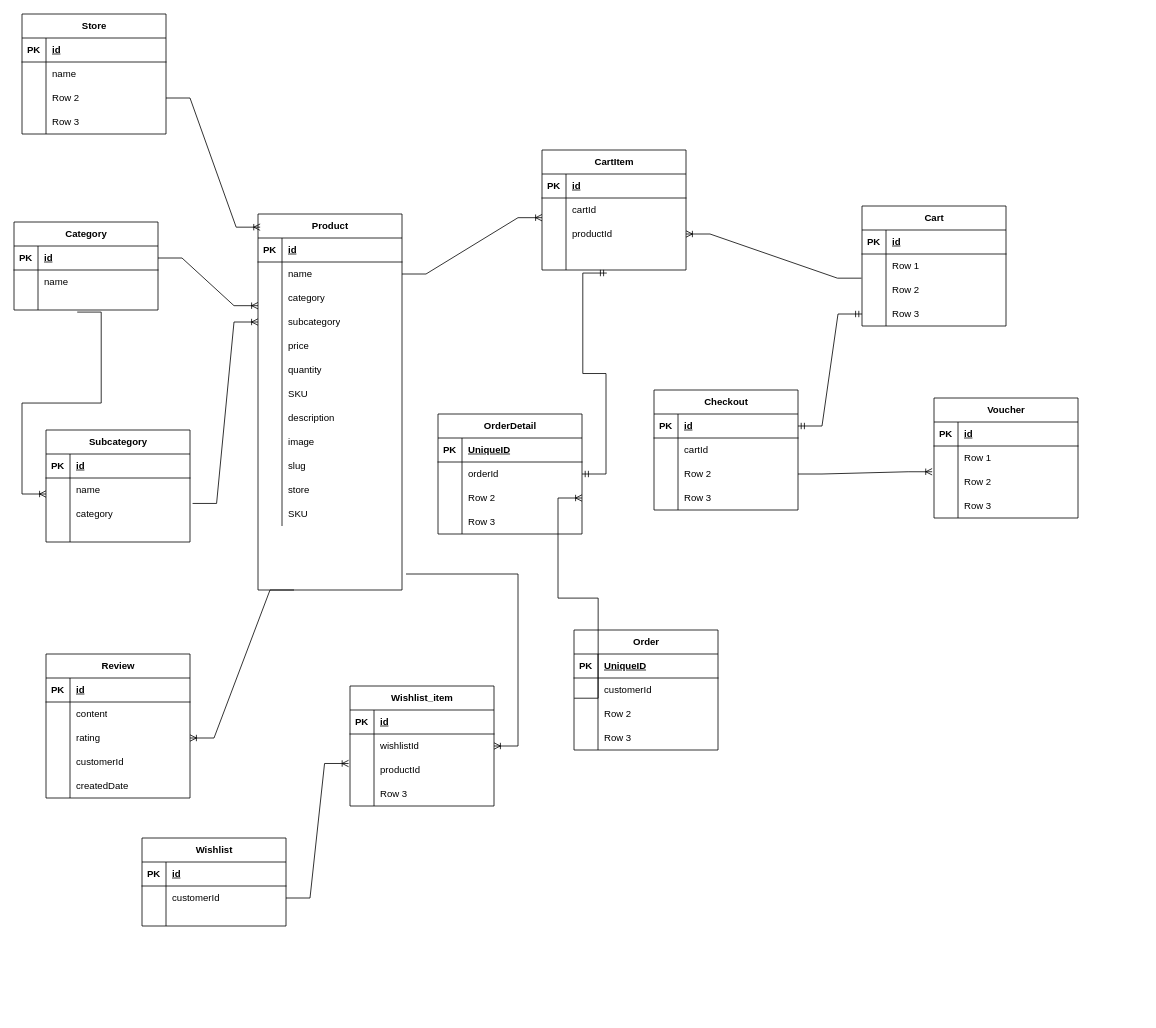
pdcthanh112/MyDream keeps this draw.io diagram as backend/app/Entity Diagram.drawio. Above is the earlier version. Source tidied: cells renumbered, new cells numbered last; positions are measured from the earlier drawing's top-left corner, leaving out a move shared by most shapes. Both pictures are drawn from the tidied source at 80%, with x=0, y=0 at pixel (-378, 14).
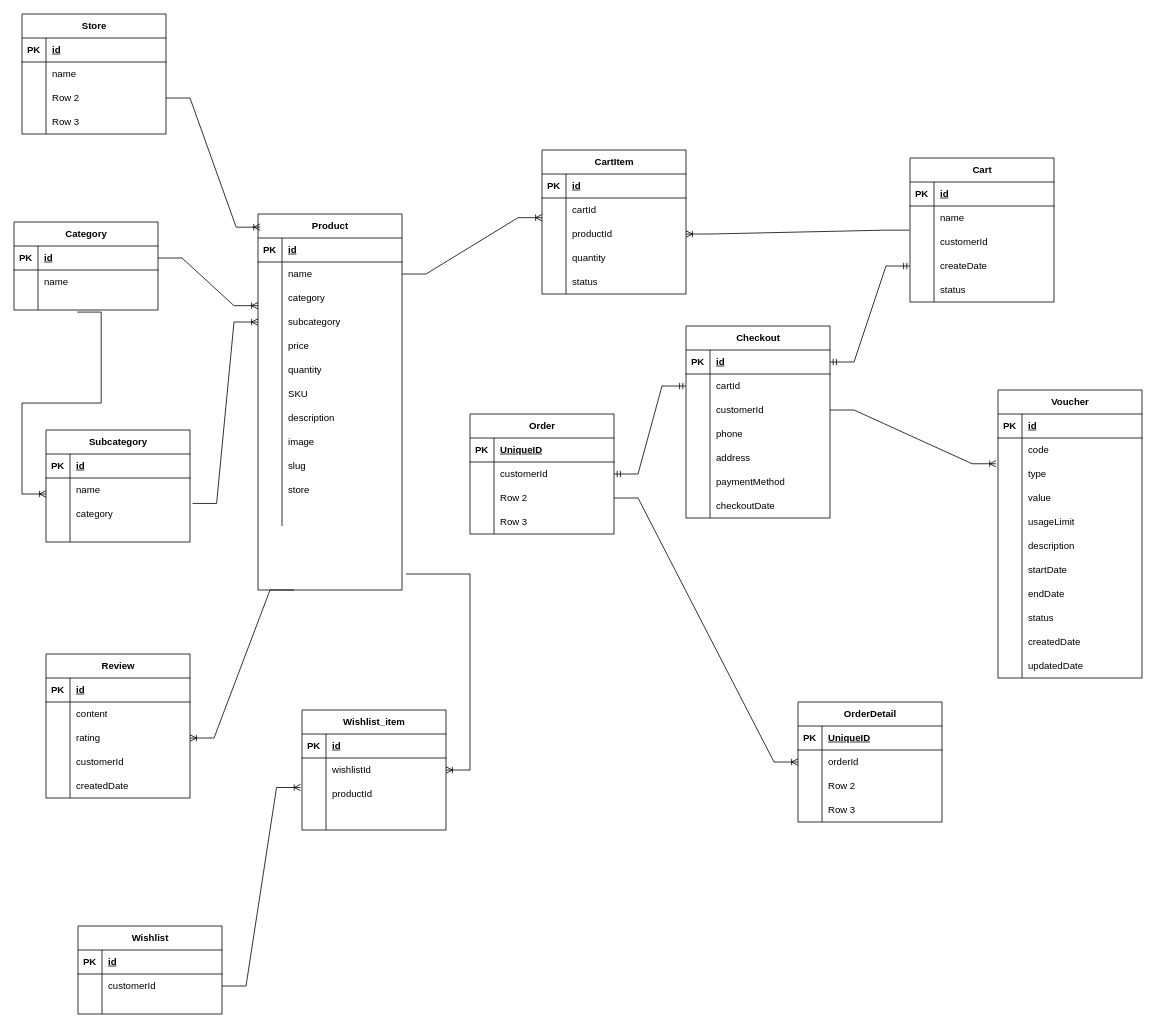
The same page after the edit.

Unchanged cells that the change refers to:
```xml
<mxCell id="36" style="shape=tableRow;horizontal=0;startSize=0;swimlaneHead=0;swimlaneBody=0;fillColor=none;top=0;left=0;right=0;bottom=0;" parent="2" vertex="1">
  <mxGeometry y="360" width="180" height="30" as="geometry" />
</mxCell>
<mxCell id="66" style="shape=tableRow;horizontal=0;startSize=0;swimlaneHead=0;swimlaneBody=0;fillColor=none;top=0;left=0;right=0;bottom=0;" parent="62" vertex="1">
  <mxGeometry y="60" width="180" height="30" as="geometry" />
</mxCell>
<mxCell id="69" style="shape=tableRow;horizontal=0;startSize=0;swimlaneHead=0;swimlaneBody=0;fillColor=none;points=[[0,0.5],[1,0.5]];portConstraint=eastwest;top=0;left=0;right=0;bottom=0;" parent="62" vertex="1">
  <mxGeometry y="90" width="180" height="30" as="geometry" />
</mxCell>
<mxCell id="72" style="shape=tableRow;horizontal=0;startSize=0;swimlaneHead=0;swimlaneBody=0;fillColor=none;points=[[0,0.5],[1,0.5]];portConstraint=eastwest;top=0;left=0;right=0;bottom=0;" parent="62" vertex="1">
  <mxGeometry y="120" width="180" height="30" as="geometry" />
</mxCell>
<mxCell id="85" style="shape=tableRow;horizontal=0;startSize=0;swimlaneHead=0;swimlaneBody=0;fillColor=none;points=[[0,0.5],[1,0.5]];portConstraint=eastwest;top=0;left=0;right=0;bottom=0;" parent="75" vertex="1">
  <mxGeometry y="120" width="180" height="30" as="geometry" />
</mxCell>
<mxCell id="92" style="shape=tableRow;horizontal=0;startSize=0;swimlaneHead=0;swimlaneBody=0;fillColor=none;points=[[0,0.5],[1,0.5]];portConstraint=eastwest;top=0;left=0;right=0;bottom=0;" parent="88" vertex="1">
  <mxGeometry y="60" width="180" height="30" as="geometry" />
</mxCell>
<mxCell id="95" style="shape=tableRow;horizontal=0;startSize=0;swimlaneHead=0;swimlaneBody=0;fillColor=none;points=[[0,0.5],[1,0.5]];portConstraint=eastwest;top=0;left=0;right=0;bottom=0;" parent="88" vertex="1">
  <mxGeometry y="90" width="180" height="30" as="geometry" />
</mxCell>
<mxCell id="98" style="shape=tableRow;horizontal=0;startSize=0;swimlaneHead=0;swimlaneBody=0;fillColor=none;top=0;left=0;right=0;bottom=0;" parent="88" vertex="1">
  <mxGeometry y="120" width="180" height="30" as="geometry" />
</mxCell>
<mxCell id="105" style="shape=tableRow;horizontal=0;startSize=0;swimlaneHead=0;swimlaneBody=0;fillColor=none;points=[[0,0.5],[1,0.5]];portConstraint=eastwest;top=0;left=0;right=0;bottom=0;" parent="101" vertex="1">
  <mxGeometry y="60" width="180" height="30" as="geometry" />
</mxCell>
<mxCell id="108" style="shape=tableRow;horizontal=0;startSize=0;swimlaneHead=0;swimlaneBody=0;fillColor=none;points=[[0,0.5],[1,0.5]];portConstraint=eastwest;top=0;left=0;right=0;bottom=0;" parent="101" vertex="1">
  <mxGeometry y="90" width="180" height="30" as="geometry" />
</mxCell>
<mxCell id="118" style="shape=tableRow;horizontal=0;startSize=0;swimlaneHead=0;swimlaneBody=0;fillColor=none;points=[[0,0.5],[1,0.5]];portConstraint=eastwest;top=0;left=0;right=0;bottom=0;" parent="114" vertex="1">
  <mxGeometry y="60" width="180" height="30" as="geometry" />
</mxCell>
<mxCell id="121" style="shape=tableRow;horizontal=0;startSize=0;swimlaneHead=0;swimlaneBody=0;fillColor=none;points=[[0,0.5],[1,0.5]];portConstraint=eastwest;top=0;left=0;right=0;bottom=0;" parent="114" vertex="1">
  <mxGeometry y="90" width="180" height="30" as="geometry" />
</mxCell>
<mxCell id="136" style="shape=tableRow;horizontal=0;startSize=0;swimlaneHead=0;swimlaneBody=0;fillColor=none;points=[[0,0.5],[1,0.5]];portConstraint=eastwest;top=0;left=0;right=0;bottom=0;" parent="132" vertex="1">
  <mxGeometry y="60" width="180" height="30" as="geometry" />
</mxCell>
<mxCell id="139" style="shape=tableRow;horizontal=0;startSize=0;swimlaneHead=0;swimlaneBody=0;fillColor=none;top=0;left=0;right=0;bottom=0;" parent="132" vertex="1">
  <mxGeometry y="90" width="180" height="30" as="geometry" />
</mxCell>
<mxCell id="142" style="shape=tableRow;horizontal=0;startSize=0;swimlaneHead=0;swimlaneBody=0;fillColor=none;top=0;left=0;right=0;bottom=0;" parent="132" vertex="1">
  <mxGeometry y="120" width="180" height="30" as="geometry" />
</mxCell>
<mxCell id="186" style="shape=tableRow;horizontal=0;startSize=0;swimlaneHead=0;swimlaneBody=0;fillColor=none;top=0;left=0;right=0;bottom=0;" parent="176" vertex="1">
  <mxGeometry y="120" width="180" height="30" as="geometry" />
</mxCell>
```

Diff of the diagram source:
```diff
@@
-    <mxCell id="38" value="SKU" style="shape=partialRectangle;fillColor=none;top=0;left=0;bottom=0;right=0;align=left;spacingLeft=6;overflow=hidden;whiteSpace=wrap;html=1;" parent="36" vertex="1">
+    <mxCell id="38" style="shape=partialRectangle;fillColor=none;top=0;left=0;bottom=0;right=0;align=left;spacingLeft=6;overflow=hidden;whiteSpace=wrap;html=1;" parent="36" vertex="1">
       <mxGeometry x="30" width="150" height="30" as="geometry" />
     </mxCell>
@@
     <mxCell id="62" value="Cart" style="shape=table;startSize=30;childLayout=tableLayout;rowLines=0;fontStyle=1;align=center;html=1;" parent="1" vertex="1">
-      <mxGeometry x="1550" y="240" width="180" height="150" as="geometry" />
+      <mxGeometry x="1610" y="180" width="180" height="180" as="geometry" />
     </mxCell>
@@
-    <mxCell id="68" value="Row 1" style="shape=partialRectangle;fillColor=none;top=0;left=0;bottom=0;right=0;align=left;spacingLeft=6;overflow=hidden;whiteSpace=wrap;html=1;" parent="66" vertex="1">
+    <mxCell id="68" value="name" style="shape=partialRectangle;fillColor=none;top=0;left=0;bottom=0;right=0;align=left;spacingLeft=6;overflow=hidden;whiteSpace=wrap;html=1;" parent="66" vertex="1">
       <mxGeometry x="30" width="150" height="30" as="geometry" />
     </mxCell>
@@
-    <mxCell id="71" value="Row 2" style="shape=partialRectangle;fillColor=none;top=0;left=0;bottom=0;right=0;align=left;spacingLeft=6;overflow=hidden;whiteSpace=wrap;html=1;" parent="69" vertex="1">
+    <mxCell id="71" value="customerId" style="shape=partialRectangle;fillColor=none;top=0;left=0;bottom=0;right=0;align=left;spacingLeft=6;overflow=hidden;whiteSpace=wrap;html=1;" parent="69" vertex="1">
       <mxGeometry x="30" width="150" height="30" as="geometry" />
     </mxCell>
@@
-    <mxCell id="74" value="Row 3" style="shape=partialRectangle;fillColor=none;top=0;left=0;bottom=0;right=0;align=left;spacingLeft=6;overflow=hidden;whiteSpace=wrap;html=1;" parent="72" vertex="1">
+    <mxCell id="74" value="createDate" style="shape=partialRectangle;fillColor=none;top=0;left=0;bottom=0;right=0;align=left;spacingLeft=6;overflow=hidden;whiteSpace=wrap;html=1;" parent="72" vertex="1">
       <mxGeometry x="30" width="150" height="30" as="geometry" />
     </mxCell>
+    <mxCell id="205" style="shape=tableRow;horizontal=0;startSize=0;swimlaneHead=0;swimlaneBody=0;fillColor=none;top=0;left=0;right=0;bottom=0;" parent="62" vertex="1">
+      <mxGeometry y="150" width="180" height="30" as="geometry" />
+    </mxCell>
+    <mxCell id="206" style="shape=partialRectangle;fillColor=none;top=0;left=0;bottom=0;right=0;overflow=hidden;whiteSpace=wrap;html=1;" parent="205" vertex="1">
+      <mxGeometry width="30" height="30" as="geometry" />
+    </mxCell>
+    <mxCell id="207" value="status" style="shape=partialRectangle;fillColor=none;top=0;left=0;bottom=0;right=0;align=left;spacingLeft=6;overflow=hidden;whiteSpace=wrap;html=1;" parent="205" vertex="1">
+      <mxGeometry x="30" width="150" height="30" as="geometry" />
+    </mxCell>
     <mxCell id="75" value="CartItem" style="shape=table;startSize=30;childLayout=tableLayout;rowLines=0;fontStyle=1;align=center;html=1;" parent="1" vertex="1">
-      <mxGeometry x="1150" y="170" width="180" height="150" as="geometry" />
+      <mxGeometry x="1150" y="170" width="180" height="180" as="geometry" />
     </mxCell>
@@
-    <mxCell id="87" style="shape=partialRectangle;fillColor=none;top=0;left=0;bottom=0;right=0;align=left;spacingLeft=6;overflow=hidden;whiteSpace=wrap;html=1;" parent="85" vertex="1">
+    <mxCell id="87" value="quantity" style="shape=partialRectangle;fillColor=none;top=0;left=0;bottom=0;right=0;align=left;spacingLeft=6;overflow=hidden;whiteSpace=wrap;html=1;" parent="85" vertex="1">
       <mxGeometry x="30" width="150" height="30" as="geometry" />
     </mxCell>
+    <mxCell id="208" style="shape=tableRow;horizontal=0;startSize=0;swimlaneHead=0;swimlaneBody=0;fillColor=none;top=0;left=0;right=0;bottom=0;" parent="75" vertex="1">
+      <mxGeometry y="150" width="180" height="30" as="geometry" />
+    </mxCell>
+    <mxCell id="209" style="shape=partialRectangle;fillColor=none;top=0;left=0;bottom=0;right=0;overflow=hidden;whiteSpace=wrap;html=1;" parent="208" vertex="1">
+      <mxGeometry width="30" height="30" as="geometry" />
+    </mxCell>
+    <mxCell id="210" value="status" style="shape=partialRectangle;fillColor=none;top=0;left=0;bottom=0;right=0;align=left;spacingLeft=6;overflow=hidden;whiteSpace=wrap;html=1;" parent="208" vertex="1">
+      <mxGeometry x="30" width="150" height="30" as="geometry" />
+    </mxCell>
     <mxCell id="88" value="Checkout" style="shape=table;startSize=30;childLayout=tableLayout;rowLines=0;fontStyle=1;align=center;html=1;" parent="1" vertex="1">
-      <mxGeometry x="1290" y="470" width="180" height="150" as="geometry" />
+      <mxGeometry x="1330" y="390" width="180" height="240" as="geometry" />
     </mxCell>
@@
-    <mxCell id="97" value="Row 2" style="shape=partialRectangle;fillColor=none;top=0;left=0;bottom=0;right=0;align=left;spacingLeft=6;overflow=hidden;whiteSpace=wrap;html=1;" parent="95" vertex="1">
+    <mxCell id="97" value="customerId" style="shape=partialRectangle;fillColor=none;top=0;left=0;bottom=0;right=0;align=left;spacingLeft=6;overflow=hidden;whiteSpace=wrap;html=1;" parent="95" vertex="1">
       <mxGeometry x="30" width="150" height="30" as="geometry" />
     </mxCell>
@@
-    <mxCell id="100" value="Row 3" style="shape=partialRectangle;fillColor=none;top=0;left=0;bottom=0;right=0;align=left;spacingLeft=6;overflow=hidden;whiteSpace=wrap;html=1;" parent="98" vertex="1">
+    <mxCell id="100" value="phone" style="shape=partialRectangle;fillColor=none;top=0;left=0;bottom=0;right=0;align=left;spacingLeft=6;overflow=hidden;whiteSpace=wrap;html=1;" parent="98" vertex="1">
       <mxGeometry x="30" width="150" height="30" as="geometry" />
     </mxCell>
+    <mxCell id="211" style="shape=tableRow;horizontal=0;startSize=0;swimlaneHead=0;swimlaneBody=0;fillColor=none;top=0;left=0;right=0;bottom=0;" parent="88" vertex="1">
+      <mxGeometry y="150" width="180" height="30" as="geometry" />
+    </mxCell>
+    <mxCell id="212" style="shape=partialRectangle;fillColor=none;top=0;left=0;bottom=0;right=0;overflow=hidden;whiteSpace=wrap;html=1;" parent="211" vertex="1">
+      <mxGeometry width="30" height="30" as="geometry" />
+    </mxCell>
+    <mxCell id="213" value="address" style="shape=partialRectangle;fillColor=none;top=0;left=0;bottom=0;right=0;align=left;spacingLeft=6;overflow=hidden;whiteSpace=wrap;html=1;" parent="211" vertex="1">
+      <mxGeometry x="30" width="150" height="30" as="geometry" />
+    </mxCell>
+    <mxCell id="214" style="shape=tableRow;horizontal=0;startSize=0;swimlaneHead=0;swimlaneBody=0;fillColor=none;top=0;left=0;right=0;bottom=0;" parent="88" vertex="1">
+      <mxGeometry y="180" width="180" height="30" as="geometry" />
+    </mxCell>
+    <mxCell id="215" style="shape=partialRectangle;fillColor=none;top=0;left=0;bottom=0;right=0;overflow=hidden;whiteSpace=wrap;html=1;" parent="214" vertex="1">
+      <mxGeometry width="30" height="30" as="geometry" />
+    </mxCell>
+    <mxCell id="216" value="paymentMethod" style="shape=partialRectangle;fillColor=none;top=0;left=0;bottom=0;right=0;align=left;spacingLeft=6;overflow=hidden;whiteSpace=wrap;html=1;" parent="214" vertex="1">
+      <mxGeometry x="30" width="150" height="30" as="geometry" />
+    </mxCell>
+    <mxCell id="217" style="shape=tableRow;horizontal=0;startSize=0;swimlaneHead=0;swimlaneBody=0;fillColor=none;top=0;left=0;right=0;bottom=0;" parent="88" vertex="1">
+      <mxGeometry y="210" width="180" height="30" as="geometry" />
+    </mxCell>
+    <mxCell id="218" style="shape=partialRectangle;fillColor=none;top=0;left=0;bottom=0;right=0;overflow=hidden;whiteSpace=wrap;html=1;" parent="217" vertex="1">
+      <mxGeometry width="30" height="30" as="geometry" />
+    </mxCell>
+    <mxCell id="219" value="checkoutDate" style="shape=partialRectangle;fillColor=none;top=0;left=0;bottom=0;right=0;align=left;spacingLeft=6;overflow=hidden;whiteSpace=wrap;html=1;" parent="217" vertex="1">
+      <mxGeometry x="30" width="150" height="30" as="geometry" />
+    </mxCell>
     <mxCell id="101" value="Order" style="shape=table;startSize=30;childLayout=tableLayout;rowLines=0;fontStyle=1;align=center;html=1;" parent="1" vertex="1">
-      <mxGeometry x="1190" y="770" width="180" height="150" as="geometry" />
+      <mxGeometry x="1060" y="500" width="180" height="150" as="geometry" />
     </mxCell>
@@
     <mxCell id="114" value="OrderDetail" style="shape=table;startSize=30;childLayout=tableLayout;rowLines=0;fontStyle=1;align=center;html=1;" parent="1" vertex="1">
-      <mxGeometry x="1020" y="500" width="180" height="150" as="geometry" />
+      <mxGeometry x="1470" y="860" width="180" height="150" as="geometry" />
     </mxCell>
@@
-    <mxCell id="131" style="edgeStyle=entityRelationEdgeStyle;fontSize=12;html=1;endArrow=ERoneToMany;rounded=0;exitX=0.001;exitY=0.842;exitDx=0;exitDy=0;entryX=1;entryY=0.5;entryDx=0;entryDy=0;exitPerimeter=0;" parent="1" edge="1" source="105" target="121">
+    <mxCell id="131" style="edgeStyle=entityRelationEdgeStyle;fontSize=12;html=1;endArrow=ERoneToMany;rounded=0;exitX=1;exitY=0.5;exitDx=0;exitDy=0;entryX=0;entryY=0.5;entryDx=0;entryDy=0;" parent="1" edge="1" source="108" target="118">
       <mxGeometry relative="1" as="geometry" />
     </mxCell>
     <mxCell id="132" value="Voucher" style="shape=table;startSize=30;childLayout=tableLayout;rowLines=0;fontStyle=1;align=center;html=1;" parent="1" vertex="1">
-      <mxGeometry x="1640" y="480" width="180" height="150" as="geometry" />
+      <mxGeometry x="1720" y="470" width="180" height="360" as="geometry" />
     </mxCell>
@@
-    <mxCell id="138" value="Row 1" style="shape=partialRectangle;fillColor=none;top=0;left=0;bottom=0;right=0;align=left;spacingLeft=6;overflow=hidden;whiteSpace=wrap;html=1;" parent="136" vertex="1">
+    <mxCell id="138" value="code" style="shape=partialRectangle;fillColor=none;top=0;left=0;bottom=0;right=0;align=left;spacingLeft=6;overflow=hidden;whiteSpace=wrap;html=1;" parent="136" vertex="1">
       <mxGeometry x="30" width="150" height="30" as="geometry" />
     </mxCell>
@@
-    <mxCell id="141" value="Row 2" style="shape=partialRectangle;fillColor=none;top=0;left=0;bottom=0;right=0;align=left;spacingLeft=6;overflow=hidden;whiteSpace=wrap;html=1;" parent="139" vertex="1">
+    <mxCell id="141" value="type" style="shape=partialRectangle;fillColor=none;top=0;left=0;bottom=0;right=0;align=left;spacingLeft=6;overflow=hidden;whiteSpace=wrap;html=1;" parent="139" vertex="1">
       <mxGeometry x="30" width="150" height="30" as="geometry" />
     </mxCell>
@@
-    <mxCell id="144" value="Row 3" style="shape=partialRectangle;fillColor=none;top=0;left=0;bottom=0;right=0;align=left;spacingLeft=6;overflow=hidden;whiteSpace=wrap;html=1;" parent="142" vertex="1">
+    <mxCell id="144" value="value" style="shape=partialRectangle;fillColor=none;top=0;left=0;bottom=0;right=0;align=left;spacingLeft=6;overflow=hidden;whiteSpace=wrap;html=1;" parent="142" vertex="1">
       <mxGeometry x="30" width="150" height="30" as="geometry" />
     </mxCell>
+    <mxCell id="220" style="shape=tableRow;horizontal=0;startSize=0;swimlaneHead=0;swimlaneBody=0;fillColor=none;top=0;left=0;right=0;bottom=0;" parent="132" vertex="1">
+      <mxGeometry y="150" width="180" height="30" as="geometry" />
+    </mxCell>
+    <mxCell id="221" style="shape=partialRectangle;fillColor=none;top=0;left=0;bottom=0;right=0;overflow=hidden;whiteSpace=wrap;html=1;" parent="220" vertex="1">
+      <mxGeometry width="30" height="30" as="geometry" />
+    </mxCell>
+    <mxCell id="222" value="usageLimit" style="shape=partialRectangle;fillColor=none;top=0;left=0;bottom=0;right=0;align=left;spacingLeft=6;overflow=hidden;whiteSpace=wrap;html=1;" parent="220" vertex="1">
+      <mxGeometry x="30" width="150" height="30" as="geometry" />
+    </mxCell>
+    <mxCell id="223" style="shape=tableRow;horizontal=0;startSize=0;swimlaneHead=0;swimlaneBody=0;fillColor=none;top=0;left=0;right=0;bottom=0;" parent="132" vertex="1">
+      <mxGeometry y="180" width="180" height="30" as="geometry" />
+    </mxCell>
+    <mxCell id="224" style="shape=partialRectangle;fillColor=none;top=0;left=0;bottom=0;right=0;overflow=hidden;whiteSpace=wrap;html=1;" parent="223" vertex="1">
+      <mxGeometry width="30" height="30" as="geometry" />
+    </mxCell>
+    <mxCell id="225" value="description" style="shape=partialRectangle;fillColor=none;top=0;left=0;bottom=0;right=0;align=left;spacingLeft=6;overflow=hidden;whiteSpace=wrap;html=1;" parent="223" vertex="1">
+      <mxGeometry x="30" width="150" height="30" as="geometry" />
+    </mxCell>
+    <mxCell id="226" style="shape=tableRow;horizontal=0;startSize=0;swimlaneHead=0;swimlaneBody=0;fillColor=none;top=0;left=0;right=0;bottom=0;" parent="132" vertex="1">
+      <mxGeometry y="210" width="180" height="30" as="geometry" />
+    </mxCell>
+    <mxCell id="227" style="shape=partialRectangle;fillColor=none;top=0;left=0;bottom=0;right=0;overflow=hidden;whiteSpace=wrap;html=1;" parent="226" vertex="1">
+      <mxGeometry width="30" height="30" as="geometry" />
+    </mxCell>
+    <mxCell id="228" value="startDate" style="shape=partialRectangle;fillColor=none;top=0;left=0;bottom=0;right=0;align=left;spacingLeft=6;overflow=hidden;whiteSpace=wrap;html=1;" parent="226" vertex="1">
+      <mxGeometry x="30" width="150" height="30" as="geometry" />
+    </mxCell>
+    <mxCell id="229" style="shape=tableRow;horizontal=0;startSize=0;swimlaneHead=0;swimlaneBody=0;fillColor=none;top=0;left=0;right=0;bottom=0;" parent="132" vertex="1">
+      <mxGeometry y="240" width="180" height="30" as="geometry" />
+    </mxCell>
+    <mxCell id="230" style="shape=partialRectangle;fillColor=none;top=0;left=0;bottom=0;right=0;overflow=hidden;whiteSpace=wrap;html=1;" parent="229" vertex="1">
+      <mxGeometry width="30" height="30" as="geometry" />
+    </mxCell>
+    <mxCell id="231" value="endDate" style="shape=partialRectangle;fillColor=none;top=0;left=0;bottom=0;right=0;align=left;spacingLeft=6;overflow=hidden;whiteSpace=wrap;html=1;" parent="229" vertex="1">
+      <mxGeometry x="30" width="150" height="30" as="geometry" />
+    </mxCell>
+    <mxCell id="232" style="shape=tableRow;horizontal=0;startSize=0;swimlaneHead=0;swimlaneBody=0;fillColor=none;top=0;left=0;right=0;bottom=0;" parent="132" vertex="1">
+      <mxGeometry y="270" width="180" height="30" as="geometry" />
+    </mxCell>
+    <mxCell id="233" style="shape=partialRectangle;fillColor=none;top=0;left=0;bottom=0;right=0;overflow=hidden;whiteSpace=wrap;html=1;" parent="232" vertex="1">
+      <mxGeometry width="30" height="30" as="geometry" />
+    </mxCell>
+    <mxCell id="234" value="status" style="shape=partialRectangle;fillColor=none;top=0;left=0;bottom=0;right=0;align=left;spacingLeft=6;overflow=hidden;whiteSpace=wrap;html=1;" parent="232" vertex="1">
+      <mxGeometry x="30" width="150" height="30" as="geometry" />
+    </mxCell>
+    <mxCell id="235" style="shape=tableRow;horizontal=0;startSize=0;swimlaneHead=0;swimlaneBody=0;fillColor=none;top=0;left=0;right=0;bottom=0;" parent="132" vertex="1">
+      <mxGeometry y="300" width="180" height="30" as="geometry" />
+    </mxCell>
+    <mxCell id="236" style="shape=partialRectangle;fillColor=none;top=0;left=0;bottom=0;right=0;overflow=hidden;whiteSpace=wrap;html=1;" parent="235" vertex="1">
+      <mxGeometry width="30" height="30" as="geometry" />
+    </mxCell>
+    <mxCell id="237" value="createdDate" style="shape=partialRectangle;fillColor=none;top=0;left=0;bottom=0;right=0;align=left;spacingLeft=6;overflow=hidden;whiteSpace=wrap;html=1;" parent="235" vertex="1">
+      <mxGeometry x="30" width="150" height="30" as="geometry" />
+    </mxCell>
+    <mxCell id="238" style="shape=tableRow;horizontal=0;startSize=0;swimlaneHead=0;swimlaneBody=0;fillColor=none;top=0;left=0;right=0;bottom=0;" parent="132" vertex="1">
+      <mxGeometry y="330" width="180" height="30" as="geometry" />
+    </mxCell>
+    <mxCell id="239" style="shape=partialRectangle;fillColor=none;top=0;left=0;bottom=0;right=0;overflow=hidden;whiteSpace=wrap;html=1;" parent="238" vertex="1">
+      <mxGeometry width="30" height="30" as="geometry" />
+    </mxCell>
+    <mxCell id="240" value="updatedDate" style="shape=partialRectangle;fillColor=none;top=0;left=0;bottom=0;right=0;align=left;spacingLeft=6;overflow=hidden;whiteSpace=wrap;html=1;" parent="238" vertex="1">
+      <mxGeometry x="30" width="150" height="30" as="geometry" />
+    </mxCell>
@@
-    <mxCell id="147" style="edgeStyle=entityRelationEdgeStyle;fontSize=12;html=1;endArrow=ERmandOne;startArrow=ERmandOne;rounded=0;entryX=0.45;entryY=1.127;entryDx=0;entryDy=0;entryPerimeter=0;exitX=1;exitY=0.5;exitDx=0;exitDy=0;" parent="1" edge="1" source="118" target="85">
-      <mxGeometry relative="1" as="geometry" />
-    </mxCell>
@@
     <mxCell id="166" value="Wishlist" style="shape=table;startSize=30;childLayout=tableLayout;rowLines=0;fontStyle=1;align=center;html=1;" parent="1" vertex="1">
-      <mxGeometry x="650" y="1030" width="180" height="110" as="geometry" />
+      <mxGeometry x="570" y="1140" width="180" height="110" as="geometry" />
     </mxCell>
@@
     <mxCell id="176" value="Wishlist_item" style="shape=table;startSize=30;childLayout=tableLayout;rowLines=0;fontStyle=1;align=center;html=1;" parent="1" vertex="1">
-      <mxGeometry x="910" y="840" width="180" height="150" as="geometry" />
+      <mxGeometry x="850" y="870" width="180" height="150" as="geometry" />
     </mxCell>
@@
-    <mxCell id="188" value="Row 3" style="shape=partialRectangle;fillColor=none;top=0;left=0;bottom=0;right=0;align=left;spacingLeft=6;overflow=hidden;whiteSpace=wrap;html=1;" parent="186" vertex="1">
+    <mxCell id="188" style="shape=partialRectangle;fillColor=none;top=0;left=0;bottom=0;right=0;align=left;spacingLeft=6;overflow=hidden;whiteSpace=wrap;html=1;" parent="186" vertex="1">
       <mxGeometry x="30" width="150" height="30" as="geometry" />
     </mxCell>
@@
+    <mxCell id="241" style="edgeStyle=entityRelationEdgeStyle;fontSize=12;html=1;endArrow=ERmandOne;startArrow=ERmandOne;rounded=0;entryX=0;entryY=0.5;entryDx=0;entryDy=0;exitX=1;exitY=0.5;exitDx=0;exitDy=0;" parent="1" edge="1" source="105" target="92">
+      <mxGeometry relative="1" as="geometry" />
+    </mxCell>
```
